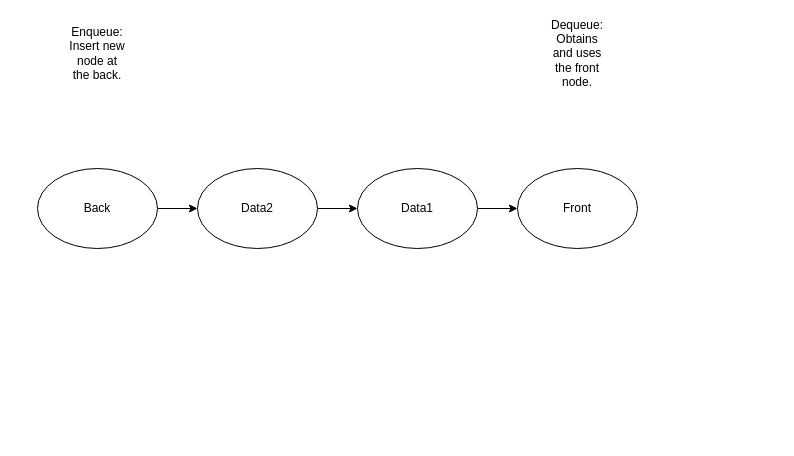
The draw.io diagram StudentExpo/Queue.drawio in Crew46/data-fall2025, before the edit. Source tidied: cells renumbered, new cells numbered last; positions are measured from the earlier drawing's top-left corner, leaving out a move shared by most shapes. Both pictures are drawn from the tidied source at 100%, with x=0, y=0 at pixel (37, 38).
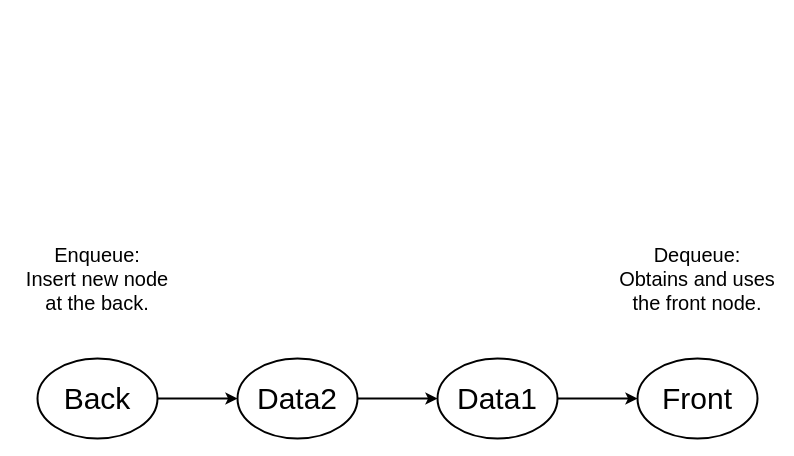
The same page after the edit.

Diff of the diagram source:
```diff
@@
 <mxGraphModel>
   <root>
     <mxCell id="0" />
     <mxCell id="1" parent="0" />
-    <mxCell id="2" style="edgeStyle=orthogonalEdgeStyle;rounded=0;jettySize=auto;html=1;entryX=0;entryY=0.5;entryDx=0;entryDy=0;" parent="1" edge="1" source="3" target="5">
+    <mxCell id="2" style="edgeStyle=orthogonalEdgeStyle;rounded=0;jettySize=auto;html=1;entryX=0;entryY=0.5;entryDx=0;entryDy=0;strokeWidth=2;" parent="1" edge="1" source="3" target="5">
       <mxGeometry relative="1" as="geometry" />
     </mxCell>
-    <mxCell id="3" style="ellipse;whiteSpace=wrap;html=1;" parent="1" vertex="1">
-      <mxGeometry y="130" width="120" height="80" as="geometry" />
+    <mxCell id="3" value="Back" style="ellipse;whiteSpace=wrap;html=1;fontSize=30;strokeWidth=2;" parent="1" vertex="1">
+      <mxGeometry y="320" width="120" height="80" as="geometry" />
     </mxCell>
-    <mxCell id="4" style="edgeStyle=orthogonalEdgeStyle;rounded=0;jettySize=auto;html=1;entryX=0;entryY=0.5;entryDx=0;entryDy=0;" parent="1" edge="1" source="5" target="7">
+    <mxCell id="4" style="edgeStyle=orthogonalEdgeStyle;rounded=0;jettySize=auto;html=1;entryX=0;entryY=0.5;entryDx=0;entryDy=0;strokeWidth=2;" parent="1" edge="1" source="5" target="7">
       <mxGeometry relative="1" as="geometry" />
     </mxCell>
-    <mxCell id="5" style="ellipse;whiteSpace=wrap;html=1;" parent="1" vertex="1">
-      <mxGeometry x="160" y="130" width="120" height="80" as="geometry" />
+    <mxCell id="5" value="Data2" style="ellipse;whiteSpace=wrap;html=1;fontSize=30;strokeWidth=2;" parent="1" vertex="1">
+      <mxGeometry x="200" y="320" width="120" height="80" as="geometry" />
     </mxCell>
-    <mxCell id="6" style="edgeStyle=orthogonalEdgeStyle;rounded=0;jettySize=auto;html=1;entryX=0;entryY=0.5;entryDx=0;entryDy=0;" parent="1" edge="1" source="7" target="8">
+    <mxCell id="6" style="edgeStyle=orthogonalEdgeStyle;rounded=0;jettySize=auto;html=1;entryX=0;entryY=0.5;entryDx=0;entryDy=0;strokeWidth=2;" parent="1" edge="1" source="7" target="8">
       <mxGeometry relative="1" as="geometry" />
     </mxCell>
-    <mxCell id="7" style="ellipse;whiteSpace=wrap;html=1;" parent="1" vertex="1">
-      <mxGeometry x="320" y="130" width="120" height="80" as="geometry" />
+    <mxCell id="7" value="Data1" style="ellipse;whiteSpace=wrap;html=1;fontSize=30;strokeWidth=2;" parent="1" vertex="1">
+      <mxGeometry x="400" y="320" width="120" height="80" as="geometry" />
     </mxCell>
-    <mxCell id="8" style="ellipse;whiteSpace=wrap;html=1;" parent="1" vertex="1">
-      <mxGeometry x="480" y="130" width="120" height="80" as="geometry" />
+    <mxCell id="8" value="Front" style="ellipse;whiteSpace=wrap;html=1;fontSize=30;strokeWidth=2;" parent="1" vertex="1">
+      <mxGeometry x="600" y="320" width="120" height="80" as="geometry" />
     </mxCell>
-    <mxCell id="9" value="Back" style="text;html=1;whiteSpace=wrap;strokeColor=none;fillColor=none;align=center;verticalAlign=middle;rounded=0;" parent="1" vertex="1">
-      <mxGeometry x="30" y="155" width="60" height="30" as="geometry" />
-    </mxCell>
-    <mxCell id="10" value="Data2" style="text;html=1;whiteSpace=wrap;strokeColor=none;fillColor=none;align=center;verticalAlign=middle;rounded=0;" parent="1" vertex="1">
-      <mxGeometry x="190" y="155" width="60" height="30" as="geometry" />
-    </mxCell>
-    <mxCell id="11" value="Data1" style="text;html=1;whiteSpace=wrap;strokeColor=none;fillColor=none;align=center;verticalAlign=middle;rounded=0;" parent="1" vertex="1">
-      <mxGeometry x="350" y="155" width="60" height="30" as="geometry" />
-    </mxCell>
-    <mxCell id="12" value="Front" style="text;html=1;whiteSpace=wrap;strokeColor=none;fillColor=none;align=center;verticalAlign=middle;rounded=0;" parent="1" vertex="1">
-      <mxGeometry x="510" y="155" width="60" height="30" as="geometry" />
-    </mxCell>
-    <mxCell id="13" value="Dequeue:&lt;div&gt;Obtains and uses the front node.&lt;/div&gt;" style="text;html=1;whiteSpace=wrap;strokeColor=none;fillColor=none;align=center;verticalAlign=middle;rounded=0;" parent="1" vertex="1">
-      <mxGeometry x="510" width="60" height="30" as="geometry" />
+    <mxCell id="13" value="&lt;font style=&quot;font-size: 20px;&quot;&gt;Dequeue:&lt;/font&gt;&lt;div&gt;&lt;font style=&quot;font-size: 20px;&quot;&gt;Obtains and uses the front node.&lt;/font&gt;&lt;/div&gt;" style="text;html=1;whiteSpace=wrap;strokeColor=none;fillColor=none;align=center;verticalAlign=middle;rounded=0;strokeWidth=2;" parent="1" vertex="1">
+      <mxGeometry x="580" y="200" width="160" height="80" as="geometry" />
     </mxCell>
-    <mxCell id="14" value="Enqueue:&lt;div&gt;Insert new node at the back.&lt;/div&gt;" style="text;html=1;whiteSpace=wrap;strokeColor=none;fillColor=none;align=center;verticalAlign=middle;rounded=0;" parent="1" vertex="1">
-      <mxGeometry x="30" width="60" height="30" as="geometry" />
+    <mxCell id="14" value="&lt;font style=&quot;font-size: 20px;&quot;&gt;Enqueue:&lt;/font&gt;&lt;div&gt;&lt;font style=&quot;font-size: 20px;&quot;&gt;Insert new node at the back.&lt;/font&gt;&lt;/div&gt;" style="text;html=1;whiteSpace=wrap;strokeColor=none;fillColor=none;align=center;verticalAlign=middle;rounded=0;strokeWidth=2;" parent="1" vertex="1">
+      <mxGeometry x="-20" y="200" width="160" height="80" as="geometry" />
     </mxCell>
   </root>
 </mxGraphModel>
```
